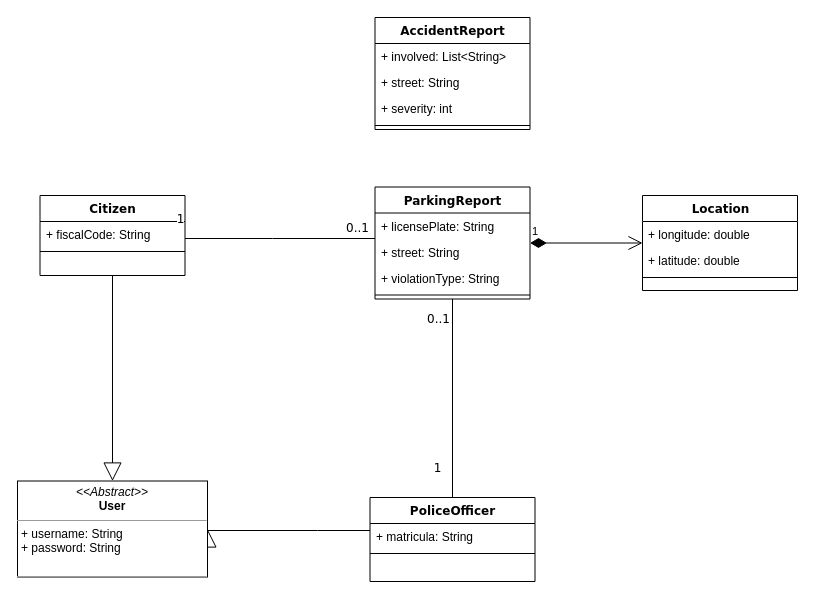
Earlier version of the draw.io diagram RASD/diagrams/class-diagram.drawio (f3d0ss/CazzolaDotti-se2). Source tidied: cells renumbered, new cells numbered last; positions are measured from the earlier drawing's top-left corner, leaving out a move shared by most shapes. Both pictures are drawn from the tidied source at 100%, with x=0, y=0 at pixel (17, 17).
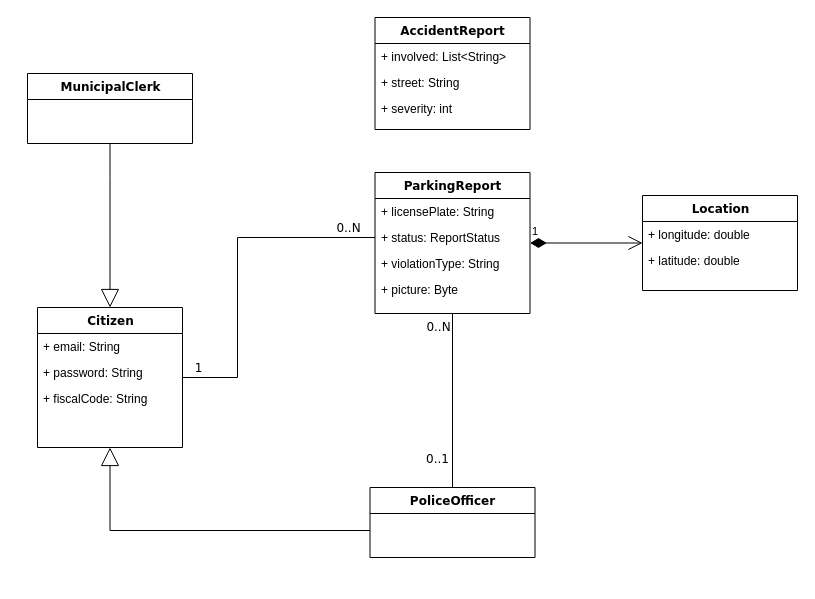
After the change.

Unchanged cells that the change refers to:
```xml
<mxCell id="17" value="Location" style="swimlane;html=1;fontStyle=1;align=center;verticalAlign=top;horizontal=1;startSize=26;swimlaneFillColor=#ffffff;rounded=0;shadow=0;comic=0;labelBackgroundColor=none;strokeColor=#000000;strokeWidth=1;fillColor=none;fontFamily=Verdana;fontSize=12;fontColor=#000000;" parent="1" vertex="1">
  <mxGeometry x="625" y="178" width="155" height="95" as="geometry" />
</mxCell>
<mxCell id="24" style="edgeStyle=orthogonalEdgeStyle;rounded=0;html=1;labelBackgroundColor=none;startArrow=none;startFill=0;startSize=8;endArrow=none;endFill=0;endSize=16;fontFamily=Verdana;fontSize=12;" parent="1" edge="1" source="8" target="13">
  <mxGeometry relative="1" as="geometry" />
</mxCell>
<mxCell id="27" value="AccidentReport" style="swimlane;html=1;fontStyle=1;align=center;verticalAlign=top;horizontal=1;startSize=26;swimlaneFillColor=#ffffff;rounded=0;shadow=0;comic=0;labelBackgroundColor=none;strokeColor=#000000;strokeWidth=1;fillColor=none;fontFamily=Verdana;fontSize=12;fontColor=#000000;" parent="1" vertex="1">
  <mxGeometry x="357.5" width="155" height="112" as="geometry" />
</mxCell>
```

The edit, as a diff of the source:
```diff
@@
-    <mxCell id="2" value="Citizen" style="swimlane;html=1;fontStyle=1;align=center;verticalAlign=top;horizontal=1;startSize=26;swimlaneFillColor=#ffffff;rounded=0;shadow=0;comic=0;labelBackgroundColor=none;strokeColor=#000000;strokeWidth=1;fillColor=none;fontFamily=Verdana;fontSize=12;fontColor=#000000;" parent="1" vertex="1">
-      <mxGeometry x="22.5" y="178" width="145" height="80" as="geometry" />
-    </mxCell>
-    <mxCell id="3" value="+ fiscalCode: String" style="text;html=1;strokeColor=none;fillColor=none;align=left;verticalAlign=top;spacingLeft=4;spacingRight=4;whiteSpace=wrap;overflow=hidden;" parent="2" vertex="1">
-      <mxGeometry y="26" width="145" height="26" as="geometry" />
-    </mxCell>
-    <mxCell id="4" style="line;html=1;strokeWidth=1;fillColor=none;align=left;verticalAlign=middle;spacingTop=-1;spacingLeft=3;spacingRight=3;labelPosition=right;" parent="2" vertex="1">
-      <mxGeometry y="52" width="145" height="8" as="geometry" />
-    </mxCell>
     <mxCell id="5" style="edgeStyle=orthogonalEdgeStyle;rounded=0;html=1;labelBackgroundColor=none;startArrow=none;startFill=0;startSize=8;endArrow=none;endFill=0;endSize=16;fontFamily=Verdana;fontSize=12;" parent="1" edge="1" source="8" target="2">
       <mxGeometry relative="1" as="geometry">
         <Array as="points">
-          <mxPoint x="255" y="221" />
-          <mxPoint x="255" y="221" />
+          <mxPoint x="220" y="220" />
+          <mxPoint x="220" y="360" />
         </Array>
       </mxGeometry>
     </mxCell>
-    <mxCell id="6" value="0..1" style="text;html=1;align=center;verticalAlign=middle;labelBackgroundColor=#ffffff;fontSize=12;fontFamily=Verdana;fontColor=#000000;" parent="5" vertex="1">
+    <mxCell id="6" value="0..N" style="text;html=1;align=center;verticalAlign=middle;labelBackgroundColor=#ffffff;fontSize=12;fontFamily=Verdana;fontColor=#000000;" parent="5" vertex="1">
       <mxGeometry x="-0.57" y="-86" relative="1" as="geometry">
-        <mxPoint x="22.5" y="75" as="offset" />
+        <mxPoint x="43.5" y="76" as="offset" />
       </mxGeometry>
     </mxCell>
     <mxCell id="7" value="1" style="text;html=1;align=center;verticalAlign=middle;labelBackgroundColor=#ffffff;fontSize=12;fontFamily=Verdana;fontColor=#000000;" parent="5" vertex="1">
       <mxGeometry x="0.89" y="-1" relative="1" as="geometry">
-        <mxPoint x="-15" y="-19" as="offset" />
+        <mxPoint x="-3" y="-9" as="offset" />
       </mxGeometry>
     </mxCell>
     <mxCell id="8" value="ParkingReport" style="swimlane;html=1;fontStyle=1;align=center;verticalAlign=top;horizontal=1;startSize=26;swimlaneFillColor=#ffffff;rounded=0;shadow=0;comic=0;labelBackgroundColor=none;strokeColor=#000000;strokeWidth=1;fillColor=none;fontFamily=Verdana;fontSize=12;fontColor=#000000;" parent="1" vertex="1">
-      <mxGeometry x="357.5" y="169.5" width="155" height="112" as="geometry" />
+      <mxGeometry x="357.5" y="155" width="155" height="141" as="geometry" />
     </mxCell>
@@
-    <mxCell id="10" value="+ street: String" style="text;html=1;strokeColor=none;fillColor=none;align=left;verticalAlign=top;spacingLeft=4;spacingRight=4;whiteSpace=wrap;overflow=hidden;" parent="8" vertex="1">
+    <mxCell id="10" value="+ status: ReportStatus" style="text;html=1;strokeColor=none;fillColor=none;align=left;verticalAlign=top;spacingLeft=4;spacingRight=4;whiteSpace=wrap;overflow=hidden;" parent="8" vertex="1">
       <mxGeometry y="52" width="155" height="26" as="geometry" />
     </mxCell>
@@
-    <mxCell id="12" style="line;html=1;strokeWidth=1;fillColor=none;align=left;verticalAlign=middle;spacingTop=-1;spacingLeft=3;spacingRight=3;labelPosition=right;" parent="8" vertex="1">
-      <mxGeometry y="104" width="155" height="8" as="geometry" />
-    </mxCell>
+    <mxCell id="32" value="+ picture: Byte" style="text;html=1;strokeColor=none;fillColor=none;align=left;verticalAlign=top;spacingLeft=4;spacingRight=4;whiteSpace=wrap;overflow=hidden;" parent="8" vertex="1">
+      <mxGeometry y="104" width="155" height="26" as="geometry" />
+    </mxCell>
     <mxCell id="13" value="PoliceOfficer" style="swimlane;html=1;fontStyle=1;align=center;verticalAlign=top;horizontal=1;startSize=26;swimlaneFillColor=#ffffff;rounded=0;shadow=0;comic=0;labelBackgroundColor=none;strokeColor=#000000;strokeWidth=1;fillColor=none;fontFamily=Verdana;fontSize=12;fontColor=#000000;" parent="1" vertex="1">
-      <mxGeometry x="352.5" y="480" width="165" height="84" as="geometry" />
+      <mxGeometry x="352.5" y="470" width="165" height="70" as="geometry" />
     </mxCell>
-    <mxCell id="14" value="+ matricula: String" style="text;html=1;strokeColor=none;fillColor=none;align=left;verticalAlign=top;spacingLeft=4;spacingRight=4;whiteSpace=wrap;overflow=hidden;" parent="13" vertex="1">
-      <mxGeometry y="26" width="165" height="26" as="geometry" />
-    </mxCell>
-    <mxCell id="15" style="line;html=1;strokeWidth=1;fillColor=none;align=left;verticalAlign=middle;spacingTop=-1;spacingLeft=3;spacingRight=3;labelPosition=right;" parent="13" vertex="1">
-      <mxGeometry y="52" width="165" height="8" as="geometry" />
-    </mxCell>
-    <mxCell id="16" style="edgeStyle=orthogonalEdgeStyle;rounded=0;html=1;labelBackgroundColor=none;startArrow=none;startFill=0;startSize=8;endArrow=block;endFill=0;endSize=16;fontFamily=Verdana;fontSize=12;entryX=1;entryY=0.5;entryDx=0;entryDy=0;" parent="1" edge="1" source="13" target="21">
+    <mxCell id="16" style="edgeStyle=orthogonalEdgeStyle;rounded=0;html=1;labelBackgroundColor=none;startArrow=none;startFill=0;startSize=8;endArrow=block;endFill=0;endSize=16;fontFamily=Verdana;fontSize=12;entryX=0.5;entryY=1;entryDx=0;entryDy=0;" parent="1" edge="1" source="13" target="2">
       <mxGeometry relative="1" as="geometry">
         <Array as="points">
-          <mxPoint x="300" y="513" />
-          <mxPoint x="300" y="513" />
+          <mxPoint x="93" y="513" />
         </Array>
       </mxGeometry>
     </mxCell>
@@
-    <mxCell id="20" style="line;html=1;strokeWidth=1;fillColor=none;align=left;verticalAlign=middle;spacingTop=-1;spacingLeft=3;spacingRight=3;labelPosition=right;" parent="17" vertex="1">
-      <mxGeometry y="78" width="155" height="8" as="geometry" />
-    </mxCell>
-    <mxCell id="21" value="&lt;p style=&quot;margin: 0px ; margin-top: 4px ; text-align: center&quot;&gt;&lt;i&gt;&amp;lt;&amp;lt;Abstract&amp;gt;&amp;gt;&lt;/i&gt;&lt;br&gt;&lt;b&gt;User&lt;/b&gt;&lt;/p&gt;&lt;hr size=&quot;1&quot;&gt;&lt;p style=&quot;margin: 0px ; margin-left: 4px&quot;&gt;+ username:&amp;nbsp;&lt;span style=&quot;white-space: normal&quot;&gt;String&lt;/span&gt;&lt;br&gt;+ password: String&lt;/p&gt;&lt;br&gt;&lt;hr size=&quot;1&quot;&gt;&lt;p style=&quot;margin: 0px ; margin-left: 4px&quot;&gt;&lt;br&gt;&lt;/p&gt;" style="verticalAlign=top;align=left;overflow=fill;fontSize=12;fontFamily=Helvetica;html=1;rounded=0;shadow=0;comic=0;labelBackgroundColor=none;strokeColor=#000000;strokeWidth=1;fillColor=#ffffff;" parent="1" vertex="1">
-      <mxGeometry y="463.5" width="190" height="96" as="geometry" />
-    </mxCell>
-    <mxCell id="22" style="edgeStyle=orthogonalEdgeStyle;rounded=0;html=1;labelBackgroundColor=none;startArrow=none;startFill=0;startSize=8;endArrow=block;endFill=0;endSize=16;fontFamily=Verdana;fontSize=12;exitX=0.5;exitY=1;exitDx=0;exitDy=0;entryX=0.5;entryY=0;entryDx=0;entryDy=0;" parent="1" edge="1" source="2" target="21">
-      <mxGeometry relative="1" as="geometry">
-        <Array as="points">
-          <mxPoint x="95" y="428.5" />
-          <mxPoint x="95" y="428.5" />
-        </Array>
-      </mxGeometry>
-    </mxCell>
@@
-    <mxCell id="25" value="0..1" style="text;html=1;align=center;verticalAlign=middle;labelBackgroundColor=#ffffff;fontSize=12;fontFamily=Verdana;fontColor=#000000;" parent="24" vertex="1">
+    <mxCell id="25" value="0..N" style="text;html=1;align=center;verticalAlign=middle;labelBackgroundColor=#ffffff;fontSize=12;fontFamily=Verdana;fontColor=#000000;" parent="24" vertex="1">
       <mxGeometry x="-0.57" y="-86" relative="1" as="geometry">
         <mxPoint x="71" y="-23.5" as="offset" />
       </mxGeometry>
     </mxCell>
-    <mxCell id="26" value="1" style="text;html=1;align=center;verticalAlign=middle;labelBackgroundColor=#ffffff;fontSize=12;fontFamily=Verdana;fontColor=#000000;" parent="24" vertex="1">
+    <mxCell id="26" value="0..1" style="text;html=1;align=center;verticalAlign=middle;labelBackgroundColor=#ffffff;fontSize=12;fontFamily=Verdana;fontColor=#000000;" parent="24" vertex="1">
       <mxGeometry x="0.89" y="-1" relative="1" as="geometry">
         <mxPoint x="-15" y="-19" as="offset" />
       </mxGeometry>
     </mxCell>
@@
-    <mxCell id="31" style="line;html=1;strokeWidth=1;fillColor=none;align=left;verticalAlign=middle;spacingTop=-1;spacingLeft=3;spacingRight=3;labelPosition=right;" parent="27" vertex="1">
-      <mxGeometry y="104" width="155" height="8" as="geometry" />
-    </mxCell>
+    <mxCell id="2" value="Citizen" style="swimlane;html=1;fontStyle=1;align=center;verticalAlign=top;horizontal=1;startSize=26;swimlaneFillColor=#ffffff;rounded=0;shadow=0;comic=0;labelBackgroundColor=none;strokeColor=#000000;strokeWidth=1;fillColor=none;fontFamily=Verdana;fontSize=12;fontColor=#000000;" parent="1" vertex="1">
+      <mxGeometry x="20" y="290" width="145" height="140" as="geometry" />
+    </mxCell>
+    <mxCell id="33" value="+ email: String" style="text;html=1;strokeColor=none;fillColor=none;align=left;verticalAlign=top;spacingLeft=4;spacingRight=4;whiteSpace=wrap;overflow=hidden;" parent="2" vertex="1">
+      <mxGeometry y="26" width="145" height="26" as="geometry" />
+    </mxCell>
+    <mxCell id="34" value="+ password: String" style="text;html=1;strokeColor=none;fillColor=none;align=left;verticalAlign=top;spacingLeft=4;spacingRight=4;whiteSpace=wrap;overflow=hidden;" parent="2" vertex="1">
+      <mxGeometry y="52" width="145" height="26" as="geometry" />
+    </mxCell>
+    <mxCell id="3" value="+ fiscalCode: String" style="text;html=1;strokeColor=none;fillColor=none;align=left;verticalAlign=top;spacingLeft=4;spacingRight=4;whiteSpace=wrap;overflow=hidden;" parent="2" vertex="1">
+      <mxGeometry y="78" width="145" height="26" as="geometry" />
+    </mxCell>
+    <mxCell id="35" value="MunicipalClerk" style="swimlane;html=1;fontStyle=1;align=center;verticalAlign=top;horizontal=1;startSize=26;swimlaneFillColor=#ffffff;rounded=0;shadow=0;comic=0;labelBackgroundColor=none;strokeColor=#000000;strokeWidth=1;fillColor=none;fontFamily=Verdana;fontSize=12;fontColor=#000000;" parent="1" vertex="1">
+      <mxGeometry x="10" y="56" width="165" height="70" as="geometry" />
+    </mxCell>
+    <mxCell id="36" style="edgeStyle=orthogonalEdgeStyle;rounded=0;html=1;labelBackgroundColor=none;startArrow=none;startFill=0;startSize=8;endArrow=block;endFill=0;endSize=16;fontFamily=Verdana;fontSize=12;entryX=0.5;entryY=0;entryDx=0;entryDy=0;exitX=0.5;exitY=1;exitDx=0;exitDy=0;" parent="1" edge="1" source="35" target="2">
+      <mxGeometry relative="1" as="geometry">
+        <Array as="points">
+          <mxPoint x="93" y="160" />
+          <mxPoint x="93" y="160" />
+        </Array>
+      </mxGeometry>
+    </mxCell>
```
